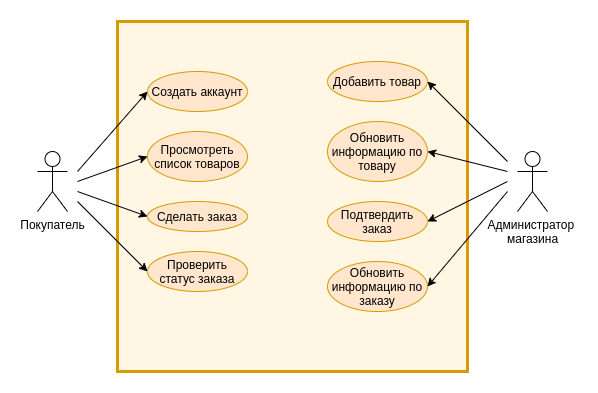
luchininaanna/go-course keeps this draw.io diagram as fabricStore/diagrams/use_case.png. Above is the earlier version. Source tidied: cells renumbered, new cells last; positions are measured from the earlier drawing's top-left corner, leaving out a move shared by most shapes.
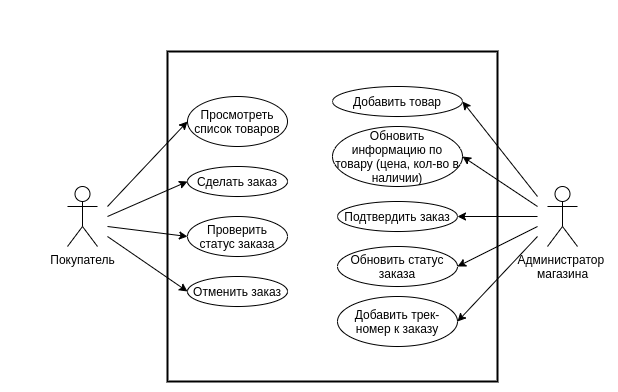
Later version of the same file.

Commit message:
Добавила в fabricStore диаграммы и README

Diff of the diagram source:
```diff
@@ -2,8 +2,8 @@
   <root>
     <mxCell id="0" />
     <mxCell id="1" parent="0" />
-    <mxCell id="2" style="whiteSpace=wrap;html=1;strokeColor=#d79b00;strokeWidth=3;fillColor=#FFF6E3;" parent="1" vertex="1">
-      <mxGeometry x="80" width="350" height="350" as="geometry" />
+    <mxCell id="2" style="whiteSpace=wrap;html=1;strokeWidth=2;fillColor=#FFFFFF;" parent="1" vertex="1">
+      <mxGeometry x="100" y="-5" width="330" height="330" as="geometry" />
     </mxCell>
     <mxCell id="3" value="Покупатель" style="shape=umlActor;verticalLabelPosition=bottom;verticalAlign=top;html=1;" parent="1" vertex="1">
       <mxGeometry y="130" width="30" height="60" as="geometry" />
@@ -11,17 +11,14 @@
     <mxCell id="4" value="Администратор &lt;br&gt;магазина" style="shape=umlActor;verticalLabelPosition=bottom;verticalAlign=top;html=1;" parent="1" vertex="1">
       <mxGeometry x="480" y="130" width="30" height="60" as="geometry" />
     </mxCell>
-    <mxCell id="5" value="Просмотреть список товаров" style="ellipse;whiteSpace=wrap;html=1;fillColor=#ffe6cc;strokeColor=#d79b00;" parent="1" vertex="1">
-      <mxGeometry x="110" y="110" width="100" height="50" as="geometry" />
+    <mxCell id="5" value="Сделать заказ" style="ellipse;whiteSpace=wrap;html=1;fillColor=#FFFFFF;" parent="1" vertex="1">
+      <mxGeometry x="120" y="110" width="100" height="30" as="geometry" />
     </mxCell>
-    <mxCell id="6" value="Проверить статус заказа" style="ellipse;whiteSpace=wrap;html=1;fillColor=#ffe6cc;strokeColor=#d79b00;" parent="1" vertex="1">
-      <mxGeometry x="110" y="230" width="100" height="40" as="geometry" />
+    <mxCell id="6" value="Проверить статус заказа" style="ellipse;whiteSpace=wrap;html=1;fillColor=#FFFFFF;" parent="1" vertex="1">
+      <mxGeometry x="120" y="160" width="100" height="40" as="geometry" />
     </mxCell>
-    <mxCell id="7" value="Сделать заказ" style="ellipse;whiteSpace=wrap;html=1;fillColor=#ffe6cc;strokeColor=#d79b00;" parent="1" vertex="1">
-      <mxGeometry x="110" y="180" width="100" height="30" as="geometry" />
-    </mxCell>
-    <mxCell id="8" value="Создать аккаунт" style="ellipse;whiteSpace=wrap;html=1;fillColor=#ffe6cc;strokeColor=#d79b00;" parent="1" vertex="1">
-      <mxGeometry x="110" y="50" width="100" height="40" as="geometry" />
+    <mxCell id="8" value="Просмотреть список товаров" style="ellipse;whiteSpace=wrap;html=1;fillColor=#FFFFFF;" parent="1" vertex="1">
+      <mxGeometry x="120" y="40" width="100" height="50" as="geometry" />
     </mxCell>
     <mxCell id="9" style="endArrow=classic;html=1;entryX=0;entryY=0.5;entryDx=0;entryDy=0;" parent="1" edge="1" target="8">
       <mxGeometry relative="1" as="geometry">
@@ -33,27 +30,22 @@
         <mxPoint x="40" y="160" as="sourcePoint" />
       </mxGeometry>
     </mxCell>
-    <mxCell id="11" style="endArrow=classic;html=1;entryX=0;entryY=0.5;entryDx=0;entryDy=0;" parent="1" edge="1" target="7">
-      <mxGeometry relative="1" as="geometry">
-        <mxPoint x="40" y="170" as="sourcePoint" />
-      </mxGeometry>
-    </mxCell>
     <mxCell id="12" style="endArrow=classic;html=1;entryX=0;entryY=0.5;entryDx=0;entryDy=0;" parent="1" edge="1" target="6">
       <mxGeometry relative="1" as="geometry">
-        <mxPoint x="40" y="180" as="sourcePoint" />
+        <mxPoint x="40" y="170" as="sourcePoint" />
       </mxGeometry>
     </mxCell>
-    <mxCell id="13" value="Добавить товар" style="ellipse;whiteSpace=wrap;html=1;fillColor=#ffe6cc;strokeColor=#d79b00;" parent="1" vertex="1">
-      <mxGeometry x="290" y="40" width="100" height="40" as="geometry" />
+    <mxCell id="13" value="Добавить товар" style="ellipse;whiteSpace=wrap;html=1;fillColor=#FFFFFF;" parent="1" vertex="1">
+      <mxGeometry x="265" y="30" width="130" height="30" as="geometry" />
     </mxCell>
-    <mxCell id="14" value="Обновить информацию по товару" style="ellipse;whiteSpace=wrap;html=1;fillColor=#ffe6cc;strokeColor=#d79b00;" parent="1" vertex="1">
-      <mxGeometry x="290" y="100" width="100" height="60" as="geometry" />
+    <mxCell id="14" value="Обновить информацию по товару (цена, кол-во в наличии)" style="ellipse;whiteSpace=wrap;html=1;fillColor=#FFFFFF;" parent="1" vertex="1">
+      <mxGeometry x="265" y="70" width="130" height="60" as="geometry" />
     </mxCell>
-    <mxCell id="15" value="Подтвердить заказ" style="ellipse;whiteSpace=wrap;html=1;fillColor=#ffe6cc;strokeColor=#d79b00;" parent="1" vertex="1">
-      <mxGeometry x="290" y="180" width="100" height="40" as="geometry" />
+    <mxCell id="15" value="Подтвердить заказ" style="ellipse;whiteSpace=wrap;html=1;fillColor=#FFFFFF;" parent="1" vertex="1">
+      <mxGeometry x="270" y="145" width="120" height="30" as="geometry" />
     </mxCell>
-    <mxCell id="16" value="Обновить информацию по заказу" style="ellipse;whiteSpace=wrap;html=1;fillColor=#ffe6cc;strokeColor=#d79b00;" parent="1" vertex="1">
-      <mxGeometry x="290" y="240" width="100" height="50" as="geometry" />
+    <mxCell id="16" value="Добавить трек-номер к заказу" style="ellipse;whiteSpace=wrap;html=1;fillColor=#FFFFFF;" parent="1" vertex="1">
+      <mxGeometry x="270" y="240" width="120" height="50" as="geometry" />
     </mxCell>
     <mxCell id="17" style="endArrow=classic;html=1;entryX=1;entryY=0.5;entryDx=0;entryDy=0;" parent="1" edge="1" target="13">
       <mxGeometry relative="1" as="geometry">
@@ -72,8 +64,27 @@
     </mxCell>
     <mxCell id="20" style="endArrow=classic;html=1;entryX=1;entryY=0.5;entryDx=0;entryDy=0;" parent="1" edge="1" target="16">
       <mxGeometry relative="1" as="geometry">
-        <mxPoint x="470" y="170" as="sourcePoint" />
+        <mxPoint x="470" y="180" as="sourcePoint" />
       </mxGeometry>
     </mxCell>
+    <mxCell id="21" value="Отменить заказ" style="ellipse;whiteSpace=wrap;html=1;fillColor=#FFFFFF;" parent="1" vertex="1">
+      <mxGeometry x="120" y="220" width="100" height="30" as="geometry" />
+    </mxCell>
+    <mxCell id="22" style="endArrow=classic;html=1;entryX=0;entryY=0.5;entryDx=0;entryDy=0;" parent="1" edge="1" target="21">
+      <mxGeometry relative="1" as="geometry">
+        <mxPoint x="40" y="180" as="sourcePoint" />
+      </mxGeometry>
+    </mxCell>
+    <mxCell id="23" style="edgeStyle=none;rounded=0;orthogonalLoop=1;jettySize=auto;html=1;exitX=0.5;exitY=0;exitDx=0;exitDy=0;fontSize=13;" parent="1" edge="1" source="8" target="8">
+      <mxGeometry relative="1" as="geometry" />
+    </mxCell>
+    <mxCell id="24" value="Обновить статус заказа" style="ellipse;whiteSpace=wrap;html=1;fillColor=#FFFFFF;" parent="1" vertex="1">
+      <mxGeometry x="270" y="190" width="120" height="40" as="geometry" />
+    </mxCell>
+    <mxCell id="25" style="endArrow=classic;html=1;fontSize=13;entryX=1;entryY=0.5;entryDx=0;entryDy=0;" parent="1" edge="1" target="24">
+      <mxGeometry relative="1" as="geometry">
+        <mxPoint x="470" y="170" as="sourcePoint" />
+      </mxGeometry>
+    </mxCell>
   </root>
 </mxGraphModel>
```
